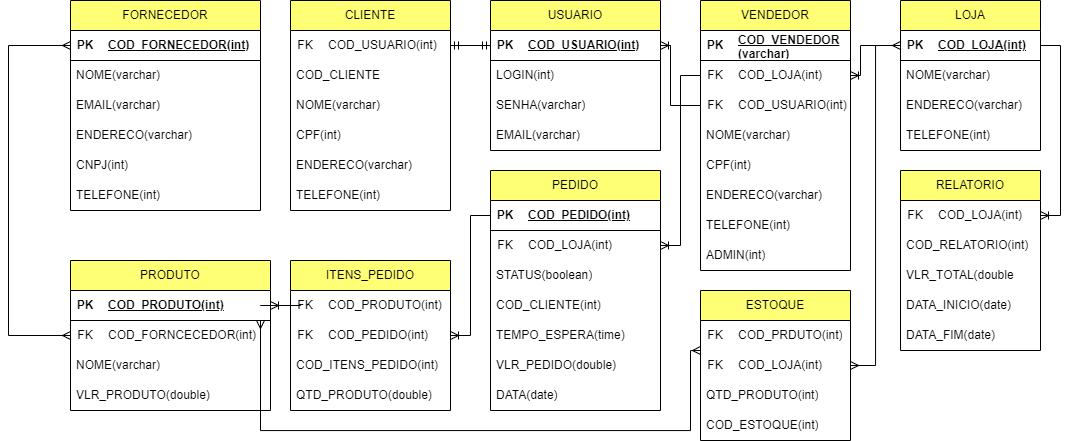
Above: ProjetoLógicoZéDelivery/zedelivery.drawio.png in NicolasKevin2/BD (draw.io), before the change. Source tidied: cells renumbered, new cells last; positions are measured from the earlier drawing's top-left corner, leaving out a move shared by most shapes.
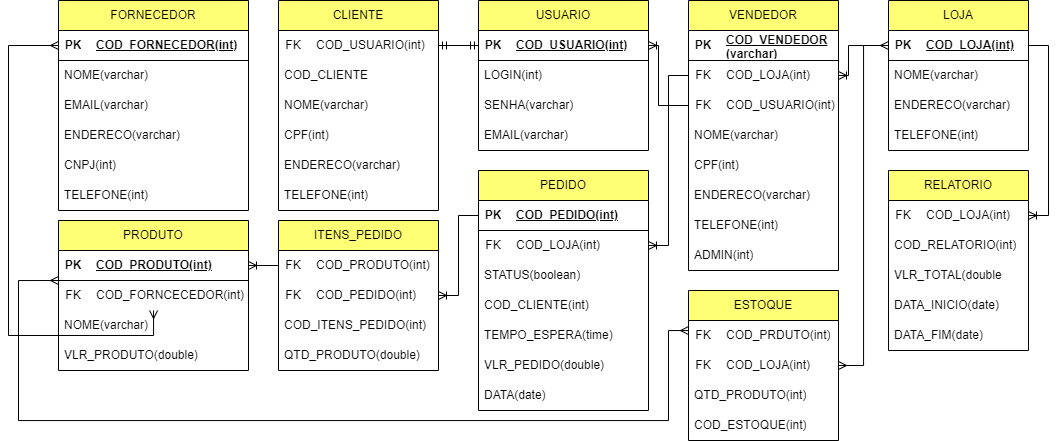
The same diagram one commit later.

The edit, as a diff of the source:
```diff
@@ -171,7 +171,7 @@
       <mxGeometry y="210" width="170" height="30" as="geometry" />
     </mxCell>
     <mxCell id="58" value="ITENS_PEDIDO" style="swimlane;fontStyle=0;horizontal=1;startSize=30;whiteSpace=wrap;html=1;fillColor=#FFFF75;" parent="1" vertex="1">
-      <mxGeometry x="282" y="260" width="160" height="150" as="geometry" />
+      <mxGeometry x="282" y="220" width="160" height="150" as="geometry" />
     </mxCell>
     <mxCell id="59" style="shape=table;startSize=0;rowLines=0;fontStyle=0;align=center;strokeColor=none;fillColor=none;" parent="58" vertex="1">
       <mxGeometry y="30" width="160" height="30" as="geometry" />
@@ -204,37 +204,37 @@
       <mxGeometry y="120" width="160" height="30" as="geometry" />
     </mxCell>
     <mxCell id="69" value="PRODUTO" style="swimlane;fontStyle=0;horizontal=1;startSize=30;whiteSpace=wrap;html=1;fillColor=#FFFF75;" parent="1" vertex="1">
-      <mxGeometry x="62" y="260" width="200" height="150" as="geometry" />
+      <mxGeometry x="62" y="220" width="190" height="150" as="geometry" />
     </mxCell>
     <mxCell id="70" style="shape=table;startSize=0;rowLines=0;fontStyle=0;align=center;strokeColor=none;fillColor=none;" parent="69" vertex="1">
-      <mxGeometry y="30" width="200" height="30" as="geometry" />
+      <mxGeometry y="30" width="190" height="30" as="geometry" />
     </mxCell>
     <mxCell id="71" style="shape=tableRow;horizontal=0;startSize=0;swimlaneHead=0;swimlaneBody=0;fillColor=none;points=[[0,0.5],[1,0.5]];portConstraint=eastwest;top=0;left=0;right=0;bottom=1;" parent="70" vertex="1">
-      <mxGeometry width="200" height="30" as="geometry" />
+      <mxGeometry width="190" height="30" as="geometry" />
     </mxCell>
     <mxCell id="72" value="PK" style="shape=partialRectangle;fillColor=none;top=0;left=0;bottom=0;right=0;fontStyle=1;overflow=hidden;whiteSpace=wrap;html=1;" parent="71" vertex="1">
       <mxGeometry width="30" height="30" as="geometry" />
     </mxCell>
     <mxCell id="73" value="COD_PRODUTO(int)" style="shape=partialRectangle;fillColor=none;top=0;left=0;bottom=0;right=0;align=left;spacingLeft=6;fontStyle=5;overflow=hidden;whiteSpace=wrap;html=1;" parent="71" vertex="1">
-      <mxGeometry x="30" width="170" height="30" as="geometry" />
+      <mxGeometry x="30" width="160" height="30" as="geometry" />
     </mxCell>
     <mxCell id="74" style="shape=table;startSize=0;rowLines=0;fontStyle=0;align=center;strokeColor=none;fillColor=none;" parent="69" vertex="1">
-      <mxGeometry y="60" width="200" height="30" as="geometry" />
+      <mxGeometry y="60" width="190" height="30" as="geometry" />
     </mxCell>
     <mxCell id="75" style="shape=tableRow;horizontal=0;startSize=0;swimlaneHead=0;swimlaneBody=0;fillColor=none;points=[[0,0.5],[1,0.5]];portConstraint=eastwest;top=0;left=0;right=0;bottom=0;" parent="74" vertex="1">
-      <mxGeometry width="200" height="30" as="geometry" />
+      <mxGeometry width="190" height="30" as="geometry" />
     </mxCell>
     <mxCell id="76" value="FK" style="shape=partialRectangle;fillColor=none;top=0;left=0;bottom=0;right=0;fontStyle=0;overflow=hidden;whiteSpace=wrap;html=1;" parent="75" vertex="1">
       <mxGeometry width="30" height="30" as="geometry" />
     </mxCell>
     <mxCell id="77" value="COD_FORNCECEDOR(int)" style="shape=partialRectangle;fillColor=none;top=0;left=0;bottom=0;right=0;align=left;spacingLeft=6;fontStyle=0;overflow=hidden;whiteSpace=wrap;html=1;" parent="75" vertex="1">
-      <mxGeometry x="30" width="170" height="30" as="geometry" />
+      <mxGeometry x="30" width="160" height="30" as="geometry" />
     </mxCell>
     <mxCell id="78" value="NOME(varchar)" style="text;strokeColor=none;fillColor=none;align=left;verticalAlign=middle;spacingLeft=4;spacingRight=4;overflow=hidden;whiteSpace=wrap;html=1;" parent="69" vertex="1">
-      <mxGeometry y="90" width="200" height="30" as="geometry" />
+      <mxGeometry y="90" width="190" height="30" as="geometry" />
     </mxCell>
     <mxCell id="79" value="VLR_PRODUTO(double)" style="text;strokeColor=none;fillColor=none;align=left;verticalAlign=middle;spacingLeft=4;spacingRight=4;overflow=hidden;whiteSpace=wrap;html=1;" parent="69" vertex="1">
-      <mxGeometry y="120" width="200" height="30" as="geometry" />
+      <mxGeometry y="120" width="190" height="30" as="geometry" />
     </mxCell>
     <mxCell id="80" value="FORNECEDOR" style="swimlane;fontStyle=0;horizontal=1;startSize=30;whiteSpace=wrap;html=1;fillColor=#FFFF75;" parent="1" vertex="1">
       <mxGeometry x="62" width="190" height="210" as="geometry" />
@@ -354,12 +354,12 @@
     <mxCell id="115" style="edgeStyle=orthogonalEdgeStyle;fontSize=12;html=1;endArrow=ERmany;startArrow=ERmany;rounded=0;" parent="1" edge="1" source="75" target="82">
       <mxGeometry relative="1" as="geometry">
         <Array as="points">
-          <mxPoint y="335" />
-          <mxPoint y="45" />
+          <mxPoint x="12" y="335" />
+          <mxPoint x="12" y="45" />
         </Array>
       </mxGeometry>
     </mxCell>
-    <mxCell id="116" style="edgeStyle=entityRelationEdgeStyle;fontSize=12;html=1;endArrow=ERoneToMany;rounded=0;" parent="1" edge="1" source="60" target="71">
+    <mxCell id="116" style="fontSize=12;html=1;endArrow=ERoneToMany;rounded=0;edgeStyle=orthogonalEdgeStyle;" parent="1" edge="1" source="60" target="71">
       <mxGeometry relative="1" as="geometry" />
     </mxCell>
     <mxCell id="117" style="edgeStyle=orthogonalEdgeStyle;fontSize=12;html=1;endArrow=ERoneToMany;rounded=0;" parent="1" edge="1" source="46" target="64">
@@ -376,10 +376,10 @@
     <mxCell id="119" style="edgeStyle=orthogonalEdgeStyle;fontSize=12;html=1;endArrow=ERmany;startArrow=ERmany;rounded=0;" parent="1" edge="1" source="71" target="92">
       <mxGeometry relative="1" as="geometry">
         <Array as="points">
-          <mxPoint x="252" y="305" />
-          <mxPoint x="252" y="430" />
-          <mxPoint x="682" y="430" />
-          <mxPoint x="682" y="350" />
+          <mxPoint x="22" y="280" />
+          <mxPoint x="22" y="420" />
+          <mxPoint x="672" y="420" />
+          <mxPoint x="672" y="330" />
         </Array>
       </mxGeometry>
     </mxCell>
```
